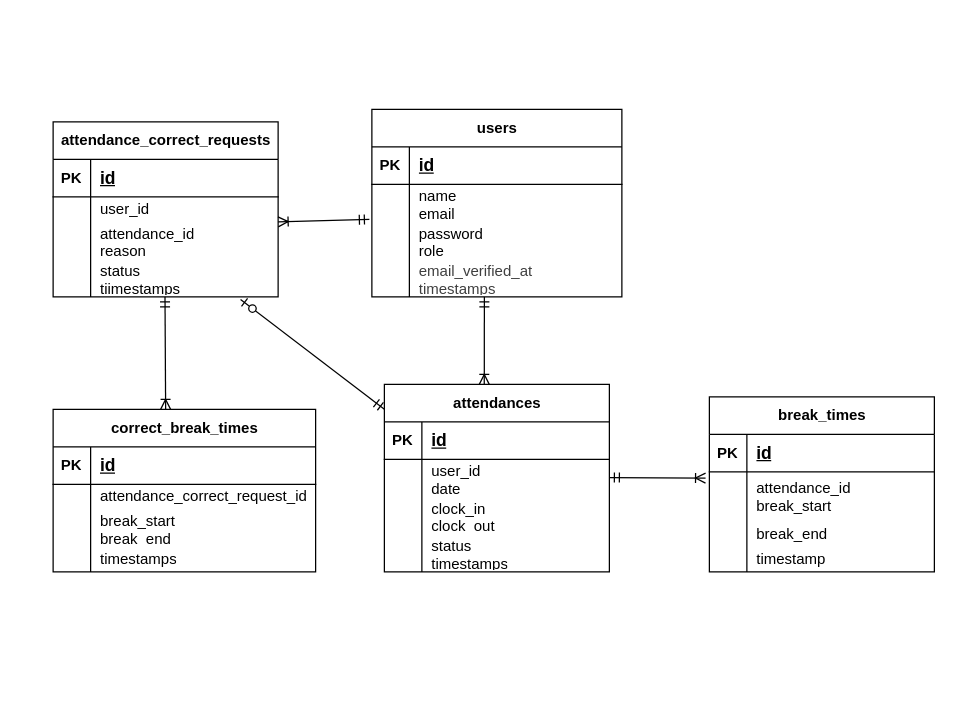
Earlier version of the draw.io diagram docs/erd.drawio (aki5538/techpoch). Source tidied: cells renumbered, new cells numbered last; positions are measured from the earlier drawing's top-left corner, leaving out a move shared by most shapes. Both pictures are drawn from the tidied source at 125%, with x=0, y=0 at pixel (52, 109).
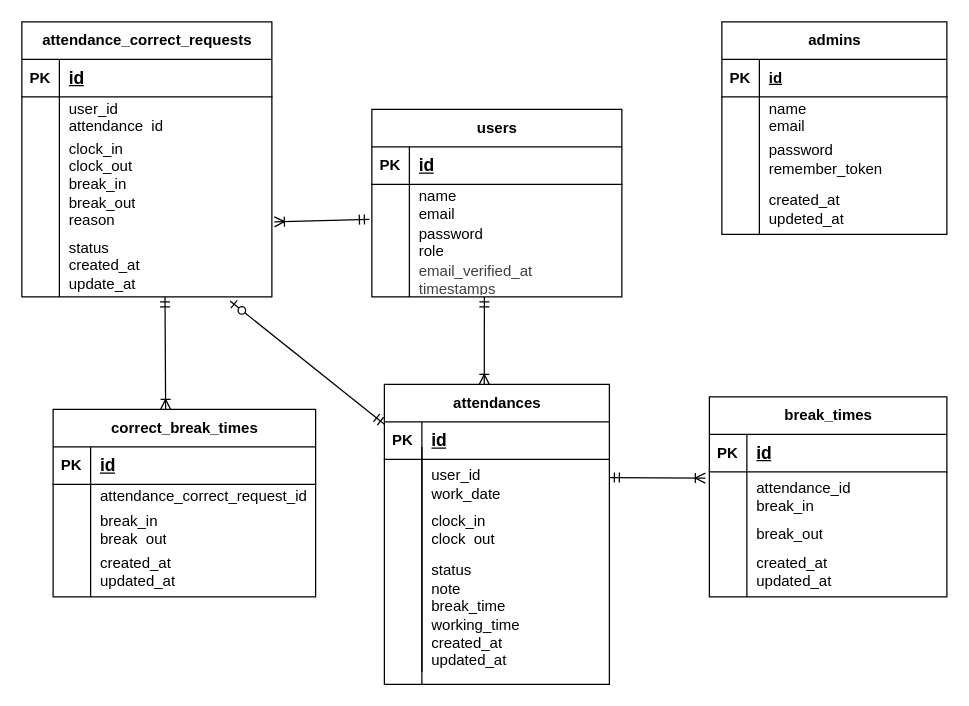
The same page after the edit.

Unchanged cells that the change refers to:
```xml
<mxCell id="61" style="shape=tableRow;horizontal=0;startSize=0;swimlaneHead=0;swimlaneBody=0;fillColor=none;top=0;left=0;right=0;bottom=0;" parent="54" vertex="1">
  <mxGeometry y="80" width="210" height="30" as="geometry" />
</mxCell>
```

Diff of the diagram source:
```diff
@@
     <mxCell id="15" value="attendances" style="shape=table;startSize=30;childLayout=tableLayout;rowLines=0;fontStyle=1;align=center;html=1;" parent="1" vertex="1">
-      <mxGeometry x="265" y="220" width="180" height="150" as="geometry" />
+      <mxGeometry x="265" y="220" width="180" height="240" as="geometry" />
     </mxCell>
@@
     <mxCell id="19" style="shape=tableRow;horizontal=0;startSize=0;swimlaneHead=0;swimlaneBody=0;fillColor=none;top=0;left=0;right=0;bottom=0;" parent="15" vertex="1">
-      <mxGeometry y="60" width="180" height="30" as="geometry" />
+      <mxGeometry y="60" width="180" height="40" as="geometry" />
     </mxCell>
     <mxCell id="20" style="shape=partialRectangle;fillColor=none;top=0;left=0;bottom=0;right=0;overflow=hidden;whiteSpace=wrap;html=1;" parent="19" vertex="1">
-      <mxGeometry width="30" height="30" as="geometry" />
+      <mxGeometry width="30" height="40" as="geometry" />
     </mxCell>
-    <mxCell id="21" value="user_id&lt;div&gt;date&lt;/div&gt;" style="shape=partialRectangle;fillColor=none;top=0;left=0;bottom=0;right=0;align=left;spacingLeft=6;overflow=hidden;whiteSpace=wrap;html=1;" parent="19" vertex="1">
-      <mxGeometry x="30" width="150" height="30" as="geometry" />
+    <mxCell id="21" value="user_id&lt;div&gt;work_date&lt;/div&gt;" style="shape=partialRectangle;fillColor=none;top=0;left=0;bottom=0;right=0;align=left;spacingLeft=6;overflow=hidden;whiteSpace=wrap;html=1;" parent="19" vertex="1">
+      <mxGeometry x="30" width="150" height="40" as="geometry" />
     </mxCell>
     <mxCell id="22" style="shape=tableRow;horizontal=0;startSize=0;swimlaneHead=0;swimlaneBody=0;fillColor=none;top=0;left=0;right=0;bottom=0;" parent="15" vertex="1">
-      <mxGeometry y="90" width="180" height="30" as="geometry" />
+      <mxGeometry y="100" width="180" height="30" as="geometry" />
     </mxCell>
@@
     <mxCell id="25" style="shape=tableRow;horizontal=0;startSize=0;swimlaneHead=0;swimlaneBody=0;fillColor=none;top=0;left=0;right=0;bottom=0;" parent="15" vertex="1">
-      <mxGeometry y="120" width="180" height="30" as="geometry" />
+      <mxGeometry y="130" width="180" height="110" as="geometry" />
     </mxCell>
     <mxCell id="26" style="shape=partialRectangle;fillColor=none;top=0;left=0;bottom=0;right=0;overflow=hidden;whiteSpace=wrap;html=1;" parent="25" vertex="1">
-      <mxGeometry width="30" height="30" as="geometry" />
+      <mxGeometry width="30" height="110" as="geometry" />
     </mxCell>
-    <mxCell id="27" value="status&lt;div&gt;timestamps&lt;/div&gt;" style="shape=partialRectangle;fillColor=none;top=0;left=0;bottom=0;right=0;align=left;spacingLeft=6;overflow=hidden;whiteSpace=wrap;html=1;" parent="25" vertex="1">
-      <mxGeometry x="30" width="150" height="30" as="geometry" />
+    <mxCell id="27" value="status&lt;div&gt;note&lt;/div&gt;&lt;div&gt;break_time&lt;/div&gt;&lt;div&gt;working_time&amp;nbsp;&lt;/div&gt;&lt;div&gt;created_at&lt;/div&gt;&lt;div&gt;updated_at&amp;nbsp;&lt;/div&gt;" style="shape=partialRectangle;fillColor=none;top=0;left=0;bottom=0;right=0;align=left;spacingLeft=6;overflow=hidden;whiteSpace=wrap;html=1;" parent="25" vertex="1">
+      <mxGeometry x="30" width="150" height="110" as="geometry" />
     </mxCell>
     <mxCell id="28" value="break_times" style="shape=table;startSize=30;childLayout=tableLayout;rowLines=0;fontStyle=1;align=center;html=1;" parent="1" vertex="1">
-      <mxGeometry x="525" y="230" width="180" height="140" as="geometry" />
+      <mxGeometry x="525" y="230" width="190" height="160" as="geometry" />
     </mxCell>
     <mxCell id="29" style="shape=tableRow;horizontal=0;startSize=0;swimlaneHead=0;swimlaneBody=0;fillColor=none;top=0;left=0;right=0;bottom=1;" parent="28" vertex="1">
-      <mxGeometry y="30" width="180" height="30" as="geometry" />
+      <mxGeometry y="30" width="190" height="30" as="geometry" />
     </mxCell>
@@
     <mxCell id="31" value="&lt;font style=&quot;font-size: 14px;&quot;&gt;id&lt;/font&gt;" style="shape=partialRectangle;fillColor=none;top=0;left=0;bottom=0;right=0;align=left;spacingLeft=6;fontStyle=5;overflow=hidden;whiteSpace=wrap;html=1;" parent="29" vertex="1">
-      <mxGeometry x="30" width="150" height="30" as="geometry" />
+      <mxGeometry x="30" width="160" height="30" as="geometry" />
     </mxCell>
     <mxCell id="32" style="shape=tableRow;horizontal=0;startSize=0;swimlaneHead=0;swimlaneBody=0;fillColor=none;points=[[0,0.5],[1,0.5]];portConstraint=eastwest;top=0;left=0;right=0;bottom=0;" parent="28" vertex="1">
-      <mxGeometry y="60" width="180" height="40" as="geometry" />
+      <mxGeometry y="60" width="190" height="40" as="geometry" />
     </mxCell>
@@
-    <mxCell id="34" value="attendance_id&lt;div&gt;break_start&lt;/div&gt;" style="shape=partialRectangle;fillColor=none;top=0;left=0;bottom=0;right=0;align=left;spacingLeft=6;overflow=hidden;whiteSpace=wrap;html=1;" parent="32" vertex="1">
-      <mxGeometry x="30" width="150" height="40" as="geometry" />
+    <mxCell id="34" value="attendance_id&lt;div&gt;break_in&lt;/div&gt;" style="shape=partialRectangle;fillColor=none;top=0;left=0;bottom=0;right=0;align=left;spacingLeft=6;overflow=hidden;whiteSpace=wrap;html=1;" parent="32" vertex="1">
+      <mxGeometry x="30" width="160" height="40" as="geometry" />
     </mxCell>
     <mxCell id="35" style="shape=tableRow;horizontal=0;startSize=0;swimlaneHead=0;swimlaneBody=0;fillColor=none;top=0;left=0;right=0;bottom=0;" parent="28" vertex="1">
-      <mxGeometry y="100" width="180" height="20" as="geometry" />
+      <mxGeometry y="100" width="190" height="20" as="geometry" />
     </mxCell>
@@
-    <mxCell id="37" value="break_end" style="shape=partialRectangle;fillColor=none;top=0;left=0;bottom=0;right=0;align=left;spacingLeft=6;overflow=hidden;whiteSpace=wrap;html=1;" parent="35" vertex="1">
-      <mxGeometry x="30" width="150" height="20" as="geometry" />
+    <mxCell id="37" value="break_out" style="shape=partialRectangle;fillColor=none;top=0;left=0;bottom=0;right=0;align=left;spacingLeft=6;overflow=hidden;whiteSpace=wrap;html=1;" parent="35" vertex="1">
+      <mxGeometry x="30" width="160" height="20" as="geometry" />
     </mxCell>
     <mxCell id="38" style="shape=tableRow;horizontal=0;startSize=0;swimlaneHead=0;swimlaneBody=0;fillColor=none;top=0;left=0;right=0;bottom=0;" parent="28" vertex="1">
-      <mxGeometry y="120" width="180" height="20" as="geometry" />
+      <mxGeometry y="120" width="190" height="40" as="geometry" />
     </mxCell>
     <mxCell id="39" style="shape=partialRectangle;fillColor=none;top=0;left=0;bottom=0;right=0;overflow=hidden;whiteSpace=wrap;html=1;" parent="38" vertex="1">
-      <mxGeometry width="30" height="20" as="geometry" />
+      <mxGeometry width="30" height="40" as="geometry" />
     </mxCell>
-    <mxCell id="40" value="timestamp" style="shape=partialRectangle;fillColor=none;top=0;left=0;bottom=0;right=0;align=left;spacingLeft=6;overflow=hidden;whiteSpace=wrap;html=1;" parent="38" vertex="1">
-      <mxGeometry x="30" width="150" height="20" as="geometry" />
+    <mxCell id="40" value="created_at&lt;div&gt;updated_at&amp;nbsp;&lt;/div&gt;" style="shape=partialRectangle;fillColor=none;top=0;left=0;bottom=0;right=0;align=left;spacingLeft=6;overflow=hidden;whiteSpace=wrap;html=1;" parent="38" vertex="1">
+      <mxGeometry x="30" width="160" height="40" as="geometry" />
     </mxCell>
     <mxCell id="41" value="attendance_correct_requests" style="shape=table;startSize=30;childLayout=tableLayout;rowLines=0;fontStyle=1;align=center;html=1;" parent="1" vertex="1">
-      <mxGeometry y="10" width="180" height="140" as="geometry" />
+      <mxGeometry x="-25" y="-70" width="200" height="220" as="geometry" />
     </mxCell>
     <mxCell id="42" style="shape=tableRow;horizontal=0;startSize=0;swimlaneHead=0;swimlaneBody=0;fillColor=none;top=0;left=0;right=0;bottom=1;" parent="41" vertex="1">
-      <mxGeometry y="30" width="180" height="30" as="geometry" />
+      <mxGeometry y="30" width="200" height="30" as="geometry" />
     </mxCell>
@@
     <mxCell id="44" value="&lt;font style=&quot;font-size: 14px;&quot;&gt;id&lt;/font&gt;" style="shape=partialRectangle;fillColor=none;top=0;left=0;bottom=0;right=0;align=left;spacingLeft=6;fontStyle=5;overflow=hidden;whiteSpace=wrap;html=1;" parent="42" vertex="1">
-      <mxGeometry x="30" width="150" height="30" as="geometry" />
+      <mxGeometry x="30" width="170" height="30" as="geometry" />
     </mxCell>
     <mxCell id="45" style="shape=tableRow;horizontal=0;startSize=0;swimlaneHead=0;swimlaneBody=0;fillColor=none;top=0;left=0;right=0;bottom=0;" parent="41" vertex="1">
-      <mxGeometry y="60" width="180" height="20" as="geometry" />
+      <mxGeometry y="60" width="200" height="30" as="geometry" />
     </mxCell>
     <mxCell id="46" style="shape=partialRectangle;fillColor=none;top=0;left=0;bottom=0;right=0;overflow=hidden;whiteSpace=wrap;html=1;" parent="45" vertex="1">
-      <mxGeometry width="30" height="20" as="geometry" />
+      <mxGeometry width="30" height="30" as="geometry" />
     </mxCell>
-    <mxCell id="47" value="user_id" style="shape=partialRectangle;fillColor=none;top=0;left=0;bottom=0;right=0;align=left;spacingLeft=6;overflow=hidden;whiteSpace=wrap;html=1;" parent="45" vertex="1">
-      <mxGeometry x="30" width="150" height="20" as="geometry" />
+    <mxCell id="47" value="user_id&lt;div&gt;attendance_id&lt;/div&gt;" style="shape=partialRectangle;fillColor=none;top=0;left=0;bottom=0;right=0;align=left;spacingLeft=6;overflow=hidden;whiteSpace=wrap;html=1;" parent="45" vertex="1">
+      <mxGeometry x="30" width="170" height="30" as="geometry" />
     </mxCell>
     <mxCell id="48" style="shape=tableRow;horizontal=0;startSize=0;swimlaneHead=0;swimlaneBody=0;fillColor=none;points=[[0,0.5],[1,0.5]];portConstraint=eastwest;top=0;left=0;right=0;bottom=0;" parent="41" vertex="1">
-      <mxGeometry y="80" width="180" height="30" as="geometry" />
+      <mxGeometry y="90" width="200" height="80" as="geometry" />
     </mxCell>
     <mxCell id="49" style="shape=partialRectangle;fillColor=none;top=0;left=0;bottom=0;right=0;overflow=hidden;whiteSpace=wrap;html=1;" parent="48" vertex="1">
-      <mxGeometry width="30" height="30" as="geometry" />
+      <mxGeometry width="30" height="80" as="geometry" />
     </mxCell>
-    <mxCell id="50" value="attendance_id&lt;div&gt;reason&lt;/div&gt;" style="shape=partialRectangle;fillColor=none;top=0;left=0;bottom=0;right=0;align=left;spacingLeft=6;overflow=hidden;whiteSpace=wrap;html=1;" parent="48" vertex="1">
-      <mxGeometry x="30" width="150" height="30" as="geometry" />
+    <mxCell id="50" value="clock_in&lt;div&gt;&lt;font color=&quot;#000000&quot;&gt;clock_out&lt;/font&gt;&lt;/div&gt;&lt;div&gt;&lt;font color=&quot;#000000&quot;&gt;&lt;font color=&quot;#000000&quot;&gt;break_in&lt;/font&gt;&lt;/font&gt;&lt;/div&gt;&lt;div&gt;&lt;font color=&quot;#000000&quot;&gt;&lt;font color=&quot;#000000&quot;&gt;break_out&lt;br&gt;&lt;/font&gt;&lt;/font&gt;&lt;div&gt;reason&lt;/div&gt;&lt;/div&gt;" style="shape=partialRectangle;fillColor=none;top=0;left=0;bottom=0;right=0;align=left;spacingLeft=6;overflow=hidden;whiteSpace=wrap;html=1;" parent="48" vertex="1">
+      <mxGeometry x="30" width="170" height="80" as="geometry" />
     </mxCell>
     <mxCell id="51" style="shape=tableRow;horizontal=0;startSize=0;swimlaneHead=0;swimlaneBody=0;fillColor=none;points=[[0,0.5],[1,0.5]];portConstraint=eastwest;top=0;left=0;right=0;bottom=0;" parent="41" vertex="1">
-      <mxGeometry y="110" width="180" height="30" as="geometry" />
+      <mxGeometry y="170" width="200" height="50" as="geometry" />
     </mxCell>
     <mxCell id="52" style="shape=partialRectangle;fillColor=none;top=0;left=0;bottom=0;right=0;overflow=hidden;whiteSpace=wrap;html=1;" parent="51" vertex="1">
-      <mxGeometry width="30" height="30" as="geometry" />
+      <mxGeometry width="30" height="50" as="geometry" />
     </mxCell>
-    <mxCell id="53" value="status&lt;div&gt;tiimestamps&lt;/div&gt;" style="shape=partialRectangle;fillColor=none;top=0;left=0;bottom=0;right=0;align=left;spacingLeft=6;overflow=hidden;whiteSpace=wrap;html=1;" parent="51" vertex="1">
-      <mxGeometry x="30" width="150" height="30" as="geometry" />
+    <mxCell id="53" value="status&lt;div&gt;created_at&lt;/div&gt;&lt;div&gt;update_at&lt;/div&gt;" style="shape=partialRectangle;fillColor=none;top=0;left=0;bottom=0;right=0;align=left;spacingLeft=6;overflow=hidden;whiteSpace=wrap;html=1;" parent="51" vertex="1">
+      <mxGeometry x="30" width="170" height="50" as="geometry" />
     </mxCell>
     <mxCell id="54" value="correct_break_times" style="shape=table;startSize=30;childLayout=tableLayout;rowLines=0;fontStyle=1;align=center;html=1;" parent="1" vertex="1">
-      <mxGeometry y="240" width="210" height="130" as="geometry" />
+      <mxGeometry y="240" width="210" height="150" as="geometry" />
     </mxCell>
@@
-    <mxCell id="63" value="break_start&lt;div&gt;break_end&lt;/div&gt;" style="shape=partialRectangle;fillColor=none;top=0;left=0;bottom=0;right=0;align=left;spacingLeft=6;overflow=hidden;whiteSpace=wrap;html=1;" parent="61" vertex="1">
+    <mxCell id="63" value="break_in&lt;div&gt;break_out&lt;/div&gt;" style="shape=partialRectangle;fillColor=none;top=0;left=0;bottom=0;right=0;align=left;spacingLeft=6;overflow=hidden;whiteSpace=wrap;html=1;" parent="61" vertex="1">
       <mxGeometry x="30" width="180" height="30" as="geometry" />
     </mxCell>
     <mxCell id="64" style="shape=tableRow;horizontal=0;startSize=0;swimlaneHead=0;swimlaneBody=0;fillColor=none;top=0;left=0;right=0;bottom=0;" parent="54" vertex="1">
-      <mxGeometry y="110" width="210" height="20" as="geometry" />
+      <mxGeometry y="110" width="210" height="40" as="geometry" />
     </mxCell>
     <mxCell id="65" style="shape=partialRectangle;fillColor=none;top=0;left=0;bottom=0;right=0;overflow=hidden;whiteSpace=wrap;html=1;" parent="64" vertex="1">
-      <mxGeometry width="30" height="20" as="geometry" />
+      <mxGeometry width="30" height="40" as="geometry" />
     </mxCell>
-    <mxCell id="66" value="timestamps" style="shape=partialRectangle;fillColor=none;top=0;left=0;bottom=0;right=0;align=left;spacingLeft=6;overflow=hidden;whiteSpace=wrap;html=1;" parent="64" vertex="1">
-      <mxGeometry x="30" width="180" height="20" as="geometry" />
+    <mxCell id="66" value="created_at&lt;div&gt;updated_at&lt;/div&gt;" style="shape=partialRectangle;fillColor=none;top=0;left=0;bottom=0;right=0;align=left;spacingLeft=6;overflow=hidden;whiteSpace=wrap;html=1;" parent="64" vertex="1">
+      <mxGeometry x="30" width="180" height="40" as="geometry" />
     </mxCell>
@@
-    <mxCell id="69" style="fontSize=12;html=1;endArrow=ERoneToMany;startArrow=ERmandOne;" parent="1" edge="1">
+    <mxCell id="69" style="fontSize=12;html=1;endArrow=ERoneToMany;startArrow=ERmandOne;entryX=1.01;entryY=0.875;entryDx=0;entryDy=0;entryPerimeter=0;" parent="1" edge="1" target="48">
       <mxGeometry relative="1" as="geometry">
         <mxPoint x="253" y="88" as="sourcePoint" />
-        <mxPoint x="180" y="90" as="targetPoint" />
       </mxGeometry>
     </mxCell>
@@
+    <mxCell id="72" style="endArrow=none;html=1;rounded=0;" parent="1" edge="1">
+      <mxGeometry relative="1" as="geometry">
+        <mxPoint x="295" y="270" as="sourcePoint" />
+        <mxPoint x="295" y="450" as="targetPoint" />
+      </mxGeometry>
+    </mxCell>
+    <mxCell id="73" value="admins" style="shape=table;startSize=30;childLayout=tableLayout;rowLines=0;fontStyle=1;align=center;html=1;" parent="1" vertex="1">
+      <mxGeometry x="535" y="-70" width="180" height="170" as="geometry" />
+    </mxCell>
+    <mxCell id="74" style="shape=tableRow;horizontal=0;startSize=0;swimlaneHead=0;swimlaneBody=0;fillColor=none;top=0;left=0;right=0;bottom=1;" parent="73" vertex="1">
+      <mxGeometry y="30" width="180" height="30" as="geometry" />
+    </mxCell>
+    <mxCell id="75" value="PK" style="shape=partialRectangle;fillColor=none;top=0;left=0;bottom=0;right=0;fontStyle=1;overflow=hidden;whiteSpace=wrap;html=1;" parent="74" vertex="1">
+      <mxGeometry width="30" height="30" as="geometry" />
+    </mxCell>
+    <mxCell id="76" value="id" style="shape=partialRectangle;fillColor=none;top=0;left=0;bottom=0;right=0;align=left;spacingLeft=6;fontStyle=5;overflow=hidden;whiteSpace=wrap;html=1;" parent="74" vertex="1">
+      <mxGeometry x="30" width="150" height="30" as="geometry" />
+    </mxCell>
+    <mxCell id="77" style="shape=tableRow;horizontal=0;startSize=0;swimlaneHead=0;swimlaneBody=0;fillColor=none;top=0;left=0;right=0;bottom=0;" parent="73" vertex="1">
+      <mxGeometry y="60" width="180" height="30" as="geometry" />
+    </mxCell>
+    <mxCell id="78" style="shape=partialRectangle;fillColor=none;top=0;left=0;bottom=0;right=0;overflow=hidden;whiteSpace=wrap;html=1;" parent="77" vertex="1">
+      <mxGeometry width="30" height="30" as="geometry" />
+    </mxCell>
+    <mxCell id="79" value="name&lt;div&gt;email&lt;/div&gt;" style="shape=partialRectangle;fillColor=none;top=0;left=0;bottom=0;right=0;align=left;spacingLeft=6;overflow=hidden;whiteSpace=wrap;html=1;" parent="77" vertex="1">
+      <mxGeometry x="30" width="150" height="30" as="geometry" />
+    </mxCell>
+    <mxCell id="80" style="shape=tableRow;horizontal=0;startSize=0;swimlaneHead=0;swimlaneBody=0;fillColor=none;top=0;left=0;right=0;bottom=0;" parent="73" vertex="1">
+      <mxGeometry y="90" width="180" height="40" as="geometry" />
+    </mxCell>
+    <mxCell id="81" style="shape=partialRectangle;fillColor=none;top=0;left=0;bottom=0;right=0;overflow=hidden;whiteSpace=wrap;html=1;" parent="80" vertex="1">
+      <mxGeometry width="30" height="40" as="geometry" />
+    </mxCell>
+    <mxCell id="82" value="password&lt;div&gt;remember_token&lt;/div&gt;" style="shape=partialRectangle;fillColor=none;top=0;left=0;bottom=0;right=0;align=left;spacingLeft=6;overflow=hidden;whiteSpace=wrap;html=1;" parent="80" vertex="1">
+      <mxGeometry x="30" width="150" height="40" as="geometry" />
+    </mxCell>
+    <mxCell id="83" style="shape=tableRow;horizontal=0;startSize=0;swimlaneHead=0;swimlaneBody=0;fillColor=none;top=0;left=0;right=0;bottom=0;" parent="73" vertex="1">
+      <mxGeometry y="130" width="180" height="40" as="geometry" />
+    </mxCell>
+    <mxCell id="84" style="shape=partialRectangle;fillColor=none;top=0;left=0;bottom=0;right=0;overflow=hidden;whiteSpace=wrap;html=1;" parent="83" vertex="1">
+      <mxGeometry width="30" height="40" as="geometry" />
+    </mxCell>
+    <mxCell id="85" value="created_at&lt;div&gt;updeted_at&lt;/div&gt;" style="shape=partialRectangle;fillColor=none;top=0;left=0;bottom=0;right=0;align=left;spacingLeft=6;overflow=hidden;whiteSpace=wrap;html=1;" parent="83" vertex="1">
+      <mxGeometry x="30" width="150" height="40" as="geometry" />
+    </mxCell>
```
